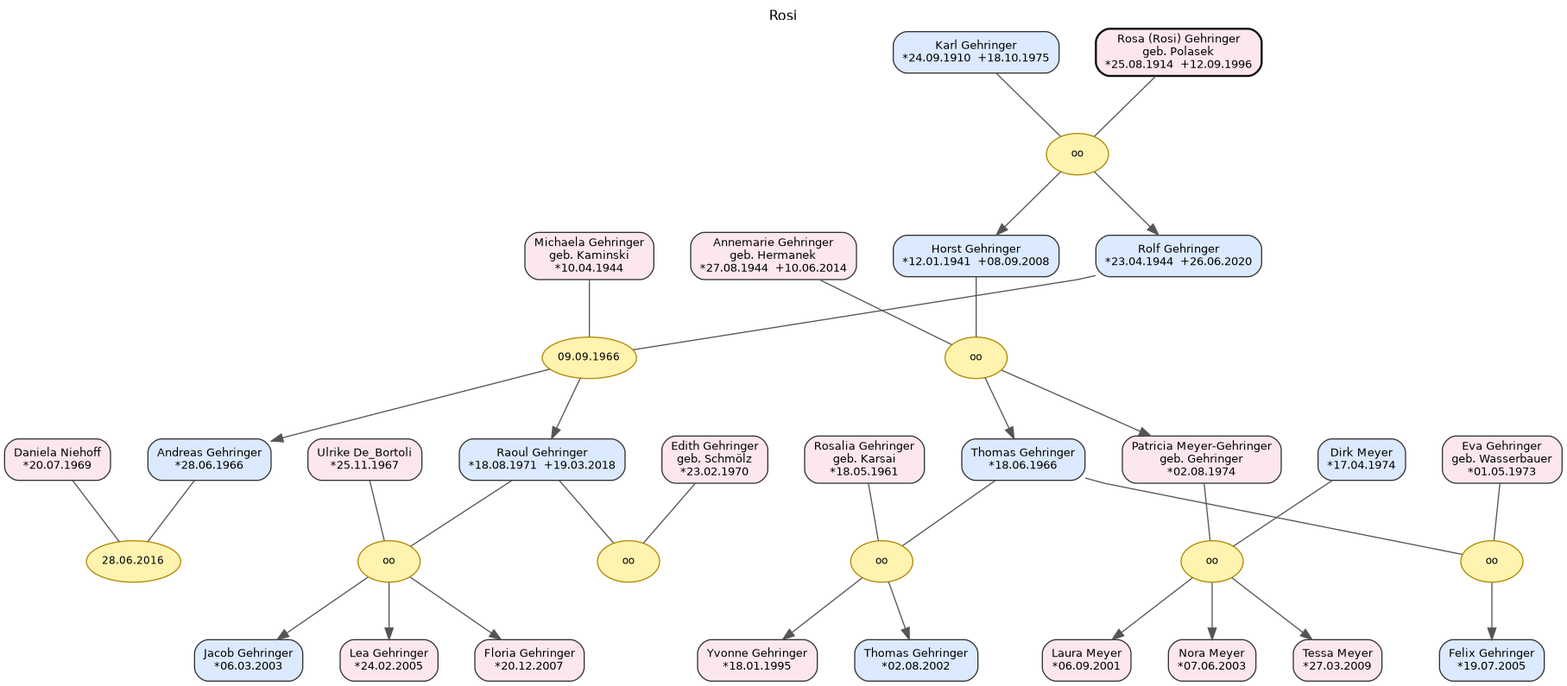
Earlier version of the Graphviz export Rosi_0_10.png (Konfusius16/Ahnentafel-Polasek). Its source is kept beside it as Rosi_0_10.dot.
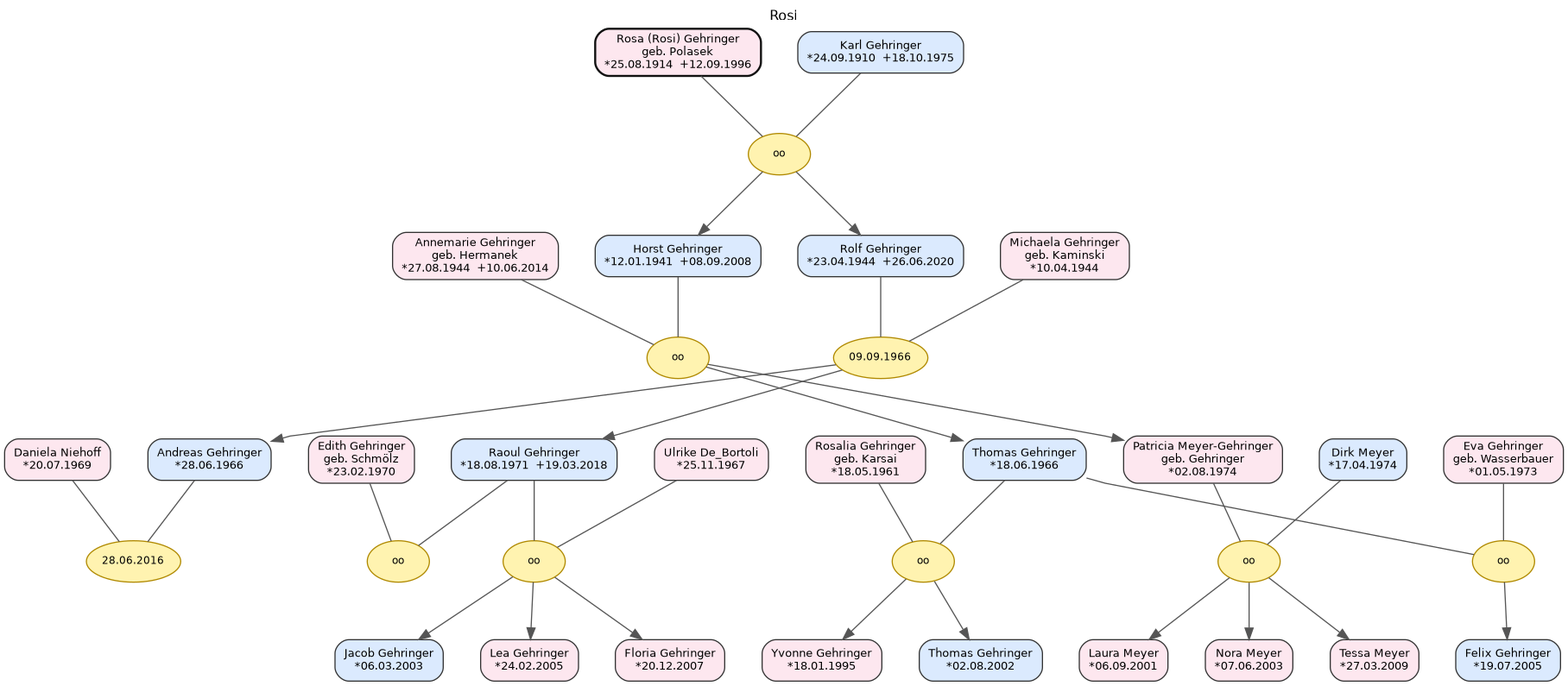
Above is the later version.

Diff of the diagram source:
```diff
@@ -3,63 +3,163 @@
 	graph [fontname="DejaVu Sans" fontsize=12 label=Rosi labelloc=t]
 	node [color="#333333" fontname="DejaVu Sans" fontsize=10 shape=box style="rounded,filled"]
 	edge [color="#555555" fontname="DejaVu Sans"]
+	gehS01 [label="Edith Gehringer
+geb. Schmölz
+*23.02.1970" fillcolor="#fde7ef" id=P_gehS01]
+	g5p08 [label="Jacob Gehringer
+*06.03.2003" fillcolor="#dbeafe" id=P_g5p08]
+	att38 [label="Rosa (Rosi) Gehringer
+geb. Polasek
+*25.08.1914  +12.09.1996" color="#111111" fillcolor="#fde7ef" id=P_att38 penwidth=1.8]
+	g5p07 [label="Ulrike De_Bortoli
+*25.11.1967" fillcolor="#fde7ef" id=P_g5p07]
 	geh03 [label="Rolf Gehringer
 *23.04.1944  +26.06.2020" fillcolor="#dbeafe" id=P_geh03]
-	g5p09 [label="Lea Gehringer
-*24.02.2005" fillcolor="#fde7ef" id=P_g5p09]
-	g4p04 [label="Eva Gehringer
-geb. Wasserbauer
-*01.05.1973" fillcolor="#fde7ef" id=P_g4p04]
-	g4p09 [label="Tessa Meyer
-*27.03.2009" fillcolor="#fde7ef" id=P_g4p09]
+	geh01 [label="Horst Gehringer
+*12.01.1941  +08.09.2008" fillcolor="#dbeafe" id=P_geh01]
 	g4p01 [label="Rosalia Gehringer
 geb. Karsai
 *18.05.1961" fillcolor="#fde7ef" id=P_g4p01]
-	g4p02 [label="Yvonne Gehringer
-*18.01.1995" fillcolor="#fde7ef" id=P_g4p02]
+	g5p04 [label="Daniela Niehoff
+*20.07.1969" fillcolor="#fde7ef" id=P_g5p04]
+	geh04 [label="Michaela Gehringer
+geb. Kaminski
+*10.04.1944" fillcolor="#fde7ef" id=P_geh04]
+	g4p03 [label="Thomas Gehringer
+*02.08.2002" fillcolor="#dbeafe" id=P_g4p03]
+	geh08 [label="Raoul Gehringer
+*18.08.1971  +19.03.2018" fillcolor="#dbeafe" id=P_geh08]
+	g4p09 [label="Tessa Meyer
+*27.03.2009" fillcolor="#fde7ef" id=P_g4p09]
 	geh09 [label="Karl Gehringer
 *24.09.1910  +18.10.1975" fillcolor="#dbeafe" id=P_geh09]
-	geh01 [label="Horst Gehringer
-*12.01.1941  +08.09.2008" fillcolor="#dbeafe" id=P_geh01]
-	geh08 [label="Raoul Gehringer
-*18.08.1971  +19.03.2018" fillcolor="#dbeafe" id=P_geh08]
+	geh05 [label="Thomas Gehringer
+*18.06.1966" fillcolor="#dbeafe" id=P_geh05]
+	g5p10 [label="Floria Gehringer
+*20.12.2007" fillcolor="#fde7ef" id=P_g5p10]
 	g4p07 [label="Laura Meyer
 *06.09.2001" fillcolor="#fde7ef" id=P_g4p07]
 	geh02 [label="Annemarie Gehringer
 geb. Hermanek
 *27.08.1944  +10.06.2014" fillcolor="#fde7ef" id=P_geh02]
-	g4p06 [label="Dirk Meyer
-*17.04.1974" fillcolor="#dbeafe" id=P_g4p06]
-	geh05 [label="Thomas Gehringer
-*18.06.1966" fillcolor="#dbeafe" id=P_geh05]
+	geh07 [label="Andreas Gehringer
+*28.06.1966" fillcolor="#dbeafe" id=P_geh07]
 	g4p05 [label="Felix Gehringer
 *19.07.2005" fillcolor="#dbeafe" id=P_g4p05]
-	g5p04 [label="Daniela Niehoff
-*20.07.1969" fillcolor="#fde7ef" id=P_g5p04]
-	g5p08 [label="Jacob Gehringer
-*06.03.2003" fillcolor="#dbeafe" id=P_g5p08]
-	att38 [label="Rosa (Rosi) Gehringer
-geb. Polasek
-*25.08.1914  +12.09.1996" color="#111111" fillcolor="#fde7ef" id=P_att38 penwidth=1.8]
-	geh07 [label="Andreas Gehringer
-*28.06.1966" fillcolor="#dbeafe" id=P_geh07]
-	geh04 [label="Michaela Gehringer
-geb. Kaminski
-*10.04.1944" fillcolor="#fde7ef" id=P_geh04]
+	g5p09 [label="Lea Gehringer
+*24.02.2005" fillcolor="#fde7ef" id=P_g5p09]
+	g4p02 [label="Yvonne Gehringer
+*18.01.1995" fillcolor="#fde7ef" id=P_g4p02]
 	geh06 [label="Patricia Meyer-Gehringer
 geb. Gehringer
 *02.08.1974" fillcolor="#fde7ef" id=P_geh06]
-	g4p03 [label="Thomas Gehringer
-*02.08.2002" fillcolor="#dbeafe" id=P_g4p03]
+	g4p06 [label="Dirk Meyer
+*17.04.1974" fillcolor="#dbeafe" id=P_g4p06]
+	g4p04 [label="Eva Gehringer
+geb. Wasserbauer
+*01.05.1973" fillcolor="#fde7ef" id=P_g4p04]
 	g4p08 [label="Nora Meyer
 *07.06.2003" fillcolor="#fde7ef" id=P_g4p08]
-	g5p10 [label="Floria Gehringer
-*20.12.2007" fillcolor="#fde7ef" id=P_g5p10]
-	gehS01 [label="Edith Gehringer
-geb. Schmölz
-*23.02.1970" fillcolor="#fde7ef" id=P_gehS01]
-	g5p07 [label="Ulrike De_Bortoli
-*25.11.1967" fillcolor="#fde7ef" id=P_g5p07]
+	M_gehF4 [label=oo color="#b08900" fillcolor="#fff3b0" fontsize=9 id=M_gehF4 shape=ellipse style=filled]
+	subgraph rank_gehF4 {
+		rank=same
+		geh08
+		gehS01
+	}
+	geh08 -> gehS01 [constraint=true minlen=0 style=invis weight=3600]
+	geh08 -> M_gehF4 [dir=none minlen=1 weight=60]
+	gehS01 -> M_gehF4 [dir=none minlen=1 weight=60]
+	M_gehF2 [label="09.09.1966" color="#b08900" fillcolor="#fff3b0" fontsize=9 id=M_gehF2 shape=ellipse style=filled]
+	subgraph rank_gehF2 {
+		rank=same
+		geh03
+		geh04
+	}
+	geh03 -> geh04 [constraint=true minlen=0 style=invis weight=3600]
+	geh03 -> M_gehF2 [dir=none minlen=1 weight=60]
+	geh04 -> M_gehF2 [dir=none minlen=1 weight=60]
+	subgraph kids_gehF2 {
+		rank=same
+		geh07
+		geh08
+	}
+	M_gehF2 -> geh07
+	M_gehF2 -> geh08
+	geh07 -> geh08 [constraint=true minlen=0 style=invis weight=1400]
+	subgraph pair_geh07 {
+		rank=same
+		geh07
+		g5p04
+	}
+	geh07 -> g5p04 [constraint=true minlen=0 style=invis weight=2600]
+	g5p04 -> geh08 [constraint=true minlen=0 style=invis weight=2000]
+	subgraph pair_geh08 {
+		rank=same
+		geh08
+		gehS01
+	}
+	geh08 -> gehS01 [constraint=true minlen=0 style=invis weight=2600]
+	M_g4F1 [label=oo color="#b08900" fillcolor="#fff3b0" fontsize=9 id=M_g4F1 shape=ellipse style=filled]
+	subgraph rank_g4F1 {
+		rank=same
+		geh05
+		g4p01
+	}
+	geh05 -> g4p01 [constraint=true minlen=0 style=invis weight=3600]
+	geh05 -> M_g4F1 [dir=none minlen=1 weight=60]
+	g4p01 -> M_g4F1 [dir=none minlen=1 weight=60]
+	subgraph kids_g4F1 {
+		rank=same
+		g4p02
+		g4p03
+	}
+	M_g4F1 -> g4p02
+	M_g4F1 -> g4p03
+	g4p02 -> g4p03 [constraint=true minlen=0 style=invis weight=1400]
+	M_g4F2 [label=oo color="#b08900" fillcolor="#fff3b0" fontsize=9 id=M_g4F2 shape=ellipse style=filled]
+	subgraph rank_g4F2 {
+		rank=same
+		geh05
+		g4p04
+	}
+	geh05 -> g4p04 [constraint=true minlen=0 style=invis weight=3600]
+	geh05 -> M_g4F2 [dir=none minlen=1 weight=60]
+	g4p04 -> M_g4F2 [dir=none minlen=1 weight=60]
+	subgraph kids_g4F2 {
+		rank=same
+		g4p05
+	}
+	M_g4F2 -> g4p05
+	M_gehF1 [label=oo color="#b08900" fillcolor="#fff3b0" fontsize=9 id=M_gehF1 shape=ellipse style=filled]
+	subgraph rank_gehF1 {
+		rank=same
+		geh01
+		geh02
+	}
+	geh01 -> geh02 [constraint=true minlen=0 style=invis weight=3600]
+	geh01 -> M_gehF1 [dir=none minlen=1 weight=60]
+	geh02 -> M_gehF1 [dir=none minlen=1 weight=60]
+	subgraph kids_gehF1 {
+		rank=same
+		geh05
+		geh06
+	}
+	M_gehF1 -> geh05
+	M_gehF1 -> geh06
+	geh05 -> geh06 [constraint=true minlen=0 style=invis weight=1400]
+	subgraph pair_geh05 {
+		rank=same
+		geh05
+		g4p01
+	}
+	geh05 -> g4p01 [constraint=true minlen=0 style=invis weight=2600]
+	g4p01 -> geh06 [constraint=true minlen=0 style=invis weight=2000]
+	subgraph pair_geh06 {
+		rank=same
+		geh06
+		g4p06
+	}
+	g4p06 -> geh06 [constraint=true minlen=0 style=invis weight=2600]
 	M_gehF3 [label=oo color="#b08900" fillcolor="#fff3b0" fontsize=9 id=M_gehF3 shape=ellipse style=filled]
 	subgraph rank_gehF3 {
 		rank=same
@@ -90,23 +190,6 @@
 		geh04
 	}
 	geh03 -> geh04 [constraint=true minlen=0 style=invis weight=2600]
-	M_g4F1 [label=oo color="#b08900" fillcolor="#fff3b0" fontsize=9 id=M_g4F1 shape=ellipse style=filled]
-	subgraph rank_g4F1 {
-		rank=same
-		geh05
-		g4p01
-	}
-	geh05 -> g4p01 [constraint=true minlen=0 style=invis weight=3600]
-	geh05 -> M_g4F1 [dir=none minlen=1 weight=60]
-	g4p01 -> M_g4F1 [dir=none minlen=1 weight=60]
-	subgraph kids_g4F1 {
-		rank=same
-		g4p02
-		g4p03
-	}
-	M_g4F1 -> g4p02
-	M_g4F1 -> g4p03
-	g4p02 -> g4p03 [constraint=true minlen=0 style=invis weight=1400]
 	M_g4F3 [label=oo color="#b08900" fillcolor="#fff3b0" fontsize=9 id=M_g4F3 shape=ellipse style=filled]
 	subgraph rank_g4F3 {
 		rank=same
@@ -127,15 +210,6 @@
 	M_g4F3 -> g4p09
 	g4p07 -> g4p08 [constraint=true minlen=0 style=invis weight=1400]
 	g4p08 -> g4p09 [constraint=true minlen=0 style=invis weight=1400]
-	M_g5F2 [label="28.06.2016" color="#b08900" fillcolor="#fff3b0" fontsize=9 id=M_g5F2 shape=ellipse style=filled]
-	subgraph rank_g5F2 {
-		rank=same
-		geh07
-		g5p04
-	}
-	geh07 -> g5p04 [constraint=true minlen=0 style=invis weight=3600]
-	geh07 -> M_g5F2 [dir=none minlen=1 weight=60]
-	g5p04 -> M_g5F2 [dir=none minlen=1 weight=60]
 	M_g5F4 [label=oo color="#b08900" fillcolor="#fff3b0" fontsize=9 id=M_g5F4 shape=ellipse style=filled]
 	subgraph rank_g5F4 {
 		rank=same
@@ -156,89 +230,15 @@
 	M_g5F4 -> g5p10
 	g5p08 -> g5p09 [constraint=true minlen=0 style=invis weight=1400]
 	g5p09 -> g5p10 [constraint=true minlen=0 style=invis weight=1400]
-	M_gehF1 [label=oo color="#b08900" fillcolor="#fff3b0" fontsize=9 id=M_gehF1 shape=ellipse style=filled]
-	subgraph rank_gehF1 {
-		rank=same
-		geh01
-		geh02
-	}
-	geh01 -> geh02 [constraint=true minlen=0 style=invis weight=3600]
-	geh01 -> M_gehF1 [dir=none minlen=1 weight=60]
-	geh02 -> M_gehF1 [dir=none minlen=1 weight=60]
-	subgraph kids_gehF1 {
-		rank=same
-		geh05
-		geh06
-	}
-	M_gehF1 -> geh05
-	M_gehF1 -> geh06
-	geh05 -> geh06 [constraint=true minlen=0 style=invis weight=1400]
-	subgraph pair_geh05 {
-		rank=same
-		geh05
-		g4p01
-	}
-	geh05 -> g4p01 [constraint=true minlen=0 style=invis weight=2600]
-	g4p01 -> geh06 [constraint=true minlen=0 style=invis weight=2000]
-	subgraph pair_geh06 {
-		rank=same
-		geh06
-		g4p06
-	}
-	g4p06 -> geh06 [constraint=true minlen=0 style=invis weight=2600]
-	M_g4F2 [label=oo color="#b08900" fillcolor="#fff3b0" fontsize=9 id=M_g4F2 shape=ellipse style=filled]
-	subgraph rank_g4F2 {
-		rank=same
-		geh05
-		g4p04
-	}
-	geh05 -> g4p04 [constraint=true minlen=0 style=invis weight=3600]
-	geh05 -> M_g4F2 [dir=none minlen=1 weight=60]
-	g4p04 -> M_g4F2 [dir=none minlen=1 weight=60]
-	subgraph kids_g4F2 {
-		rank=same
-		g4p05
-	}
-	M_g4F2 -> g4p05
-	M_gehF2 [label="09.09.1966" color="#b08900" fillcolor="#fff3b0" fontsize=9 id=M_gehF2 shape=ellipse style=filled]
-	subgraph rank_gehF2 {
-		rank=same
-		geh03
-		geh04
-	}
-	geh03 -> geh04 [constraint=true minlen=0 style=invis weight=3600]
-	geh03 -> M_gehF2 [dir=none minlen=1 weight=60]
-	geh04 -> M_gehF2 [dir=none minlen=1 weight=60]
-	subgraph kids_gehF2 {
-		rank=same
-		geh07
-		geh08
-	}
-	M_gehF2 -> geh07
-	M_gehF2 -> geh08
-	geh07 -> geh08 [constraint=true minlen=0 style=invis weight=1400]
-	subgraph pair_geh07 {
+	M_g5F2 [label="28.06.2016" color="#b08900" fillcolor="#fff3b0" fontsize=9 id=M_g5F2 shape=ellipse style=filled]
+	subgraph rank_g5F2 {
 		rank=same
 		geh07
 		g5p04
 	}
-	geh07 -> g5p04 [constraint=true minlen=0 style=invis weight=2600]
-	g5p04 -> geh08 [constraint=true minlen=0 style=invis weight=2000]
-	subgraph pair_geh08 {
-		rank=same
-		geh08
-		gehS01
-	}
-	geh08 -> gehS01 [constraint=true minlen=0 style=invis weight=2600]
-	M_gehF4 [label=oo color="#b08900" fillcolor="#fff3b0" fontsize=9 id=M_gehF4 shape=ellipse style=filled]
-	subgraph rank_gehF4 {
-		rank=same
-		geh08
-		gehS01
-	}
-	geh08 -> gehS01 [constraint=true minlen=0 style=invis weight=3600]
-	geh08 -> M_gehF4 [dir=none minlen=1 weight=60]
-	gehS01 -> M_gehF4 [dir=none minlen=1 weight=60]
+	geh07 -> g5p04 [constraint=true minlen=0 style=invis weight=3600]
+	geh07 -> M_g5F2 [dir=none minlen=1 weight=60]
+	g5p04 -> M_g5F2 [dir=none minlen=1 weight=60]
 	subgraph gen_0 {
 		rank=same
 		att38
```
